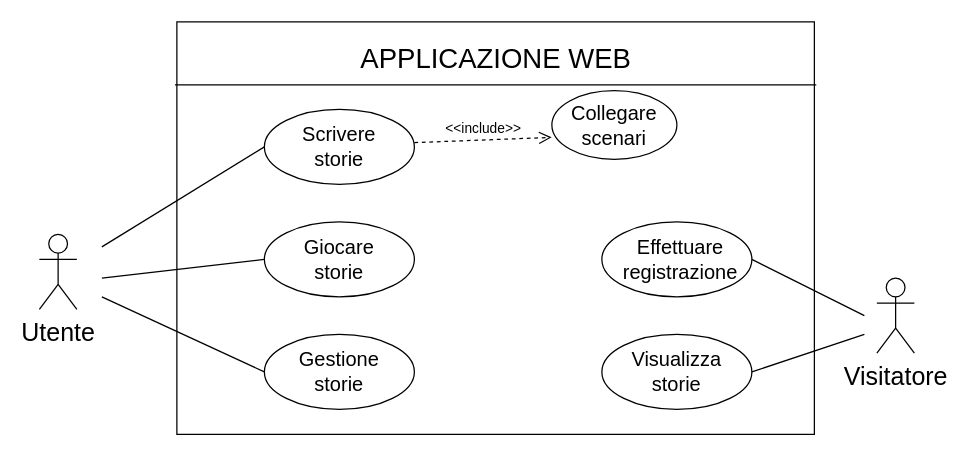
Earlier version of the draw.io diagram Sweng_UseCase.drawio (MatteZani/SWENG). Source tidied: cells renumbered, new cells numbered last; positions are measured from the earlier drawing's top-left corner, leaving out a move shared by most shapes. Both pictures are drawn from the tidied source at 125%, with x=0, y=0 at pixel (39, 21).
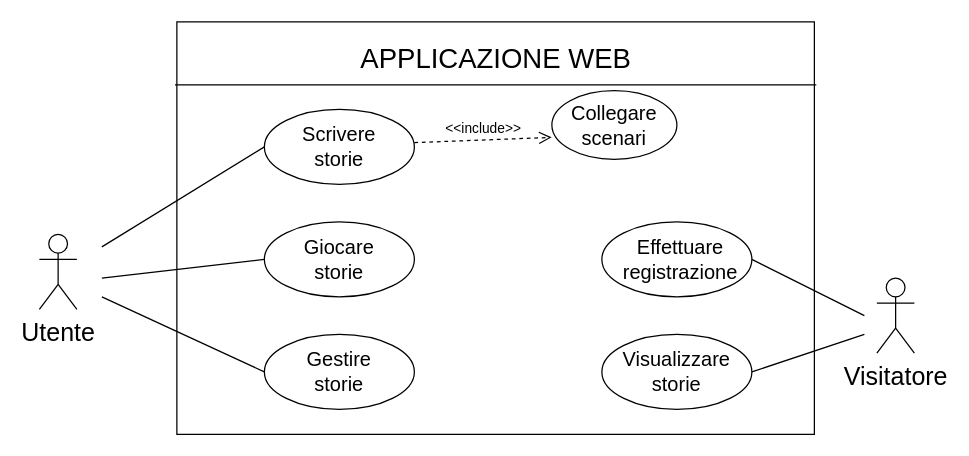
After the change.

The edit, as a diff of the source:
```diff
@@
-    <mxCell id="12" value="&lt;font style=&quot;font-size: 16px;&quot;&gt;Gestione storie&lt;/font&gt;" style="text;html=1;align=center;verticalAlign=middle;whiteSpace=wrap;rounded=0;" parent="1" vertex="1">
+    <mxCell id="12" value="&lt;font style=&quot;font-size: 16px;&quot;&gt;Gestire storie&lt;/font&gt;" style="text;html=1;align=center;verticalAlign=middle;whiteSpace=wrap;rounded=0;" parent="1" vertex="1">
       <mxGeometry x="210" y="265" width="60" height="30" as="geometry" />
     </mxCell>
@@
-    <mxCell id="18" value="&lt;font style=&quot;font-size: 16px;&quot;&gt;Visualizza storie&lt;/font&gt;" style="text;html=1;align=center;verticalAlign=middle;whiteSpace=wrap;rounded=0;" parent="1" vertex="1">
+    <mxCell id="18" value="&lt;font style=&quot;font-size: 16px;&quot;&gt;Visualizzare storie&lt;/font&gt;" style="text;html=1;align=center;verticalAlign=middle;whiteSpace=wrap;rounded=0;" parent="1" vertex="1">
       <mxGeometry x="480" y="265" width="60" height="30" as="geometry" />
     </mxCell>
```
